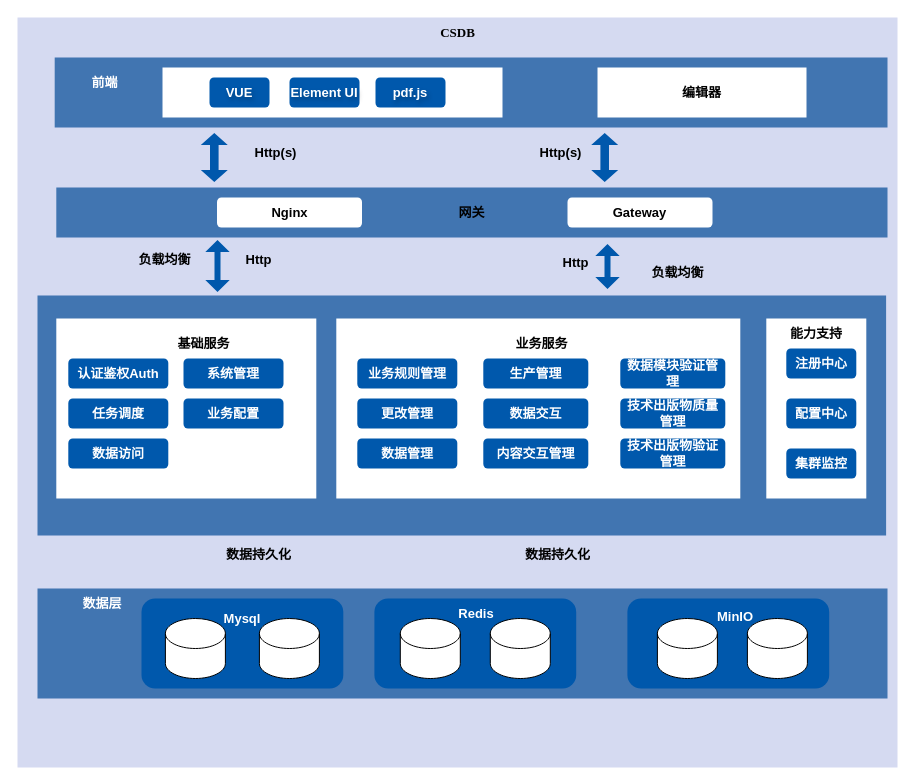
Earlier version of the draw.io diagram csdb/csdb 技术架构图.drawio (DemonHan/KuickBuy). Source tidied: cells renumbered, new cells numbered last; positions are measured from the earlier drawing's top-left corner, leaving out a move shared by most shapes. Both pictures are drawn from the tidied source at 100%, with x=0, y=0 at pixel (17, 17).
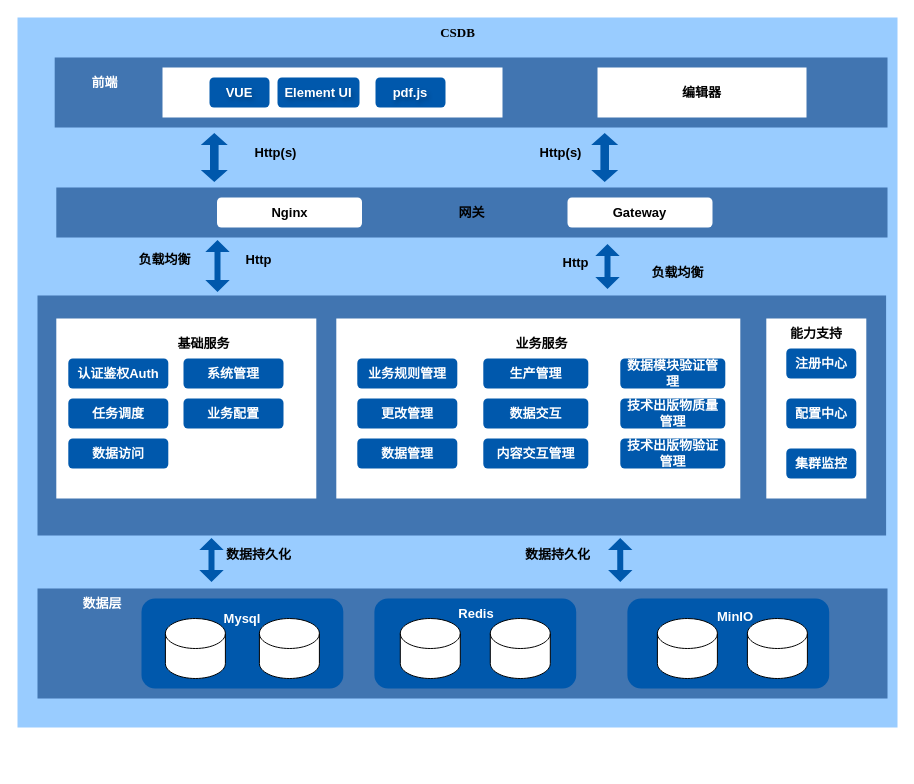
The same page after the edit.

Commit message (it also covers changes not shown here):
更新csdb 技术架构图.drawio

What changed in the source:
```diff
@@
-    <mxCell id="2" style="rounded=0;whiteSpace=wrap;html=1;fillColor=#D5DAF1;strokeColor=none;" parent="1" vertex="1">
-      <mxGeometry width="880" height="750" as="geometry" />
+    <mxCell id="2" style="rounded=0;whiteSpace=wrap;html=1;fillColor=#99CCFF;strokeColor=none;" parent="1" vertex="1">
+      <mxGeometry width="880" height="710" as="geometry" />
     </mxCell>
@@
     <mxCell id="39" value="Element UI" style="rounded=1;whiteSpace=wrap;html=1;fontStyle=1;fontSize=13;strokeColor=none;fillColor=#0058AC;textShadow=1;fontColor=#FFFFFF;" parent="1" vertex="1">
-      <mxGeometry x="272" y="60" width="70" height="30" as="geometry" />
+      <mxGeometry x="260" y="60" width="82" height="30" as="geometry" />
     </mxCell>
@@
-    <mxCell id="61" style="shape=flexArrow;endArrow=classic;startArrow=classic;html=1;rounded=0;width=6;startSize=3.64;endSize=3.64;endWidth=17.387755102040817;startWidth=17.387755102040817;entryX=0.197;entryY=0.995;entryDx=0;entryDy=0;entryPerimeter=0;fontStyle=1;fontSize=13;strokeColor=none;" parent="1" edge="1">
+    <mxCell id="61" style="shape=flexArrow;endArrow=classic;startArrow=classic;html=1;rounded=0;width=6;startSize=3.64;endSize=3.64;endWidth=17.387755102040817;startWidth=17.387755102040817;entryX=0.197;entryY=0.995;entryDx=0;entryDy=0;entryPerimeter=0;fontStyle=1;fontSize=13;strokeColor=none;fillColor=#0058AC;" parent="1" edge="1">
       <mxGeometry relative="1" as="geometry">
         <mxPoint x="194" y="565" as="sourcePoint" />
         <mxPoint x="194" y="520" as="targetPoint" />
       </mxGeometry>
     </mxCell>
-    <mxCell id="62" style="shape=flexArrow;endArrow=classic;startArrow=classic;html=1;rounded=0;width=6;startSize=3.64;endSize=3.64;endWidth=17.387755102040817;startWidth=17.387755102040817;entryX=0.197;entryY=0.995;entryDx=0;entryDy=0;entryPerimeter=0;fontStyle=1;fontSize=13;strokeColor=none;" parent="1" edge="1">
+    <mxCell id="62" style="shape=flexArrow;endArrow=classic;startArrow=classic;html=1;rounded=0;width=6;startSize=3.64;endSize=3.64;endWidth=17.387755102040817;startWidth=17.387755102040817;entryX=0.197;entryY=0.995;entryDx=0;entryDy=0;entryPerimeter=0;fontStyle=1;fontSize=13;strokeColor=none;fillColor=#0058AC;" parent="1" edge="1">
       <mxGeometry relative="1" as="geometry">
         <mxPoint x="602.8" y="565" as="sourcePoint" />
         <mxPoint x="602.7" y="520" as="targetPoint" />
       </mxGeometry>
     </mxCell>
```
